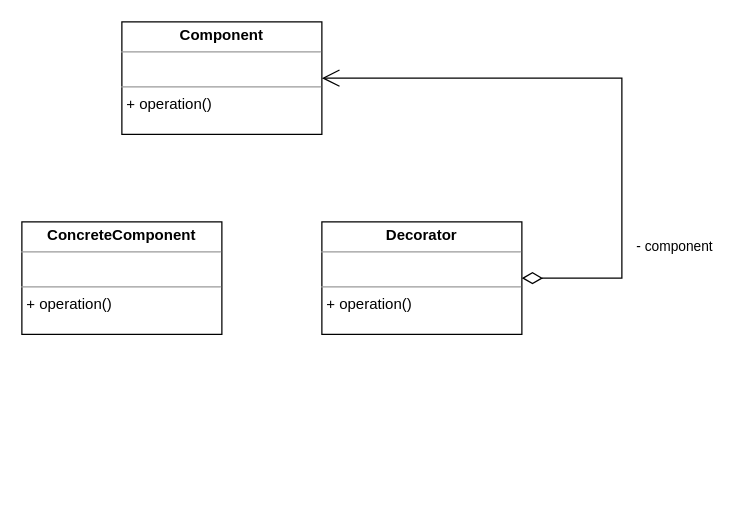
Before: 装饰模式.drawio in cxy-abing/designerMethod, a draw.io diagram. Source tidied: cells renumbered, new cells numbered last; positions are measured from the earlier drawing's top-left corner, leaving out a move shared by most shapes. Both pictures are drawn from the tidied source at 125%, with x=0, y=0 at pixel (21, 21).
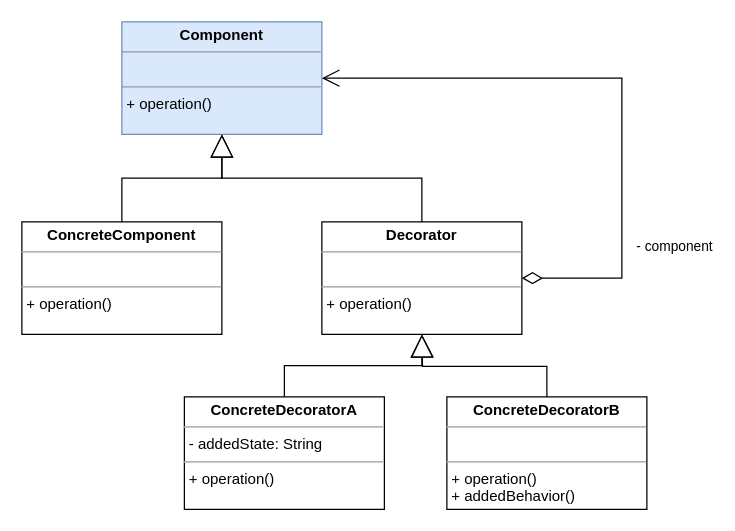
The same page after the edit.

Commit message (it also covers changes not shown here):
更新装饰模式.drawio

The edit, as a diff of the source:
```diff
@@
 <mxGraphModel>
   <root>
     <mxCell id="0" />
     <mxCell id="1" parent="0" />
-    <mxCell id="2" value="&lt;p style=&quot;margin:0px;margin-top:4px;text-align:center;&quot;&gt;&lt;b&gt;Component&lt;/b&gt;&lt;/p&gt;&lt;hr size=&quot;1&quot;&gt;&lt;p style=&quot;margin:0px;margin-left:4px;&quot;&gt;&lt;br&gt;&lt;/p&gt;&lt;hr size=&quot;1&quot;&gt;&lt;p style=&quot;margin:0px;margin-left:4px;&quot;&gt;+ operation()&lt;/p&gt;" style="verticalAlign=top;align=left;overflow=fill;fontSize=12;fontFamily=Helvetica;html=1;whiteSpace=wrap;" parent="1" vertex="1">
+    <mxCell id="2" value="&lt;p style=&quot;margin:0px;margin-top:4px;text-align:center;&quot;&gt;&lt;b&gt;Component&lt;/b&gt;&lt;/p&gt;&lt;hr size=&quot;1&quot;&gt;&lt;p style=&quot;margin:0px;margin-left:4px;&quot;&gt;&lt;br&gt;&lt;/p&gt;&lt;hr size=&quot;1&quot;&gt;&lt;p style=&quot;margin:0px;margin-left:4px;&quot;&gt;+ operation()&lt;/p&gt;" style="verticalAlign=top;align=left;overflow=fill;fontSize=12;fontFamily=Helvetica;html=1;whiteSpace=wrap;fillColor=#dae8fc;strokeColor=#6c8ebf;" parent="1" vertex="1">
       <mxGeometry x="80" width="160" height="90" as="geometry" />
     </mxCell>
     <mxCell id="3" value="&lt;p style=&quot;margin:0px;margin-top:4px;text-align:center;&quot;&gt;&lt;b&gt;ConcreteComponent&lt;/b&gt;&lt;/p&gt;&lt;hr size=&quot;1&quot;&gt;&lt;p style=&quot;margin:0px;margin-left:4px;&quot;&gt;&lt;br&gt;&lt;/p&gt;&lt;hr size=&quot;1&quot;&gt;&lt;p style=&quot;margin:0px;margin-left:4px;&quot;&gt;+ operation()&lt;/p&gt;" style="verticalAlign=top;align=left;overflow=fill;fontSize=12;fontFamily=Helvetica;html=1;whiteSpace=wrap;" parent="1" vertex="1">
       <mxGeometry y="160" width="160" height="90" as="geometry" />
     </mxCell>
     <mxCell id="4" value="&lt;p style=&quot;margin:0px;margin-top:4px;text-align:center;&quot;&gt;&lt;b&gt;Decorator&lt;/b&gt;&lt;/p&gt;&lt;hr size=&quot;1&quot;&gt;&lt;p style=&quot;margin:0px;margin-left:4px;&quot;&gt;&lt;br&gt;&lt;/p&gt;&lt;hr size=&quot;1&quot;&gt;&lt;p style=&quot;margin:0px;margin-left:4px;&quot;&gt;+ operation()&lt;/p&gt;" style="verticalAlign=top;align=left;overflow=fill;fontSize=12;fontFamily=Helvetica;html=1;whiteSpace=wrap;" parent="1" vertex="1">
       <mxGeometry x="240" y="160" width="160" height="90" as="geometry" />
     </mxCell>
     <mxCell id="5" value="- component" style="endArrow=open;html=1;endSize=12;startArrow=diamondThin;startSize=14;startFill=0;edgeStyle=orthogonalEdgeStyle;align=left;verticalAlign=bottom;rounded=0;exitX=1;exitY=0.5;exitDx=0;exitDy=0;entryX=1;entryY=0.5;entryDx=0;entryDy=0;" parent="1" edge="1" source="4" target="2">
       <mxGeometry x="-0.6" y="-10" relative="1" as="geometry">
         <Array as="points">
           <mxPoint x="480" y="205" />
           <mxPoint x="480" y="45" />
         </Array>
       </mxGeometry>
     </mxCell>
+    <mxCell id="6" style="endArrow=block;endSize=16;endFill=0;html=1;rounded=0;exitX=0.5;exitY=0;exitDx=0;exitDy=0;entryX=0.5;entryY=1;entryDx=0;entryDy=0;edgeStyle=orthogonalEdgeStyle;" parent="1" edge="1" source="3" target="2">
+      <mxGeometry relative="1" as="geometry" />
+    </mxCell>
+    <mxCell id="7" value="&lt;br&gt;" style="endArrow=block;endSize=16;endFill=0;html=1;rounded=0;exitX=0.5;exitY=0;exitDx=0;exitDy=0;entryX=0.5;entryY=1;entryDx=0;entryDy=0;edgeStyle=orthogonalEdgeStyle;" parent="1" edge="1" source="4" target="2">
+      <mxGeometry relative="1" as="geometry" />
+    </mxCell>
+    <mxCell id="8" value="&lt;p style=&quot;margin:0px;margin-top:4px;text-align:center;&quot;&gt;&lt;b&gt;ConcreteDecoratorA&lt;/b&gt;&lt;/p&gt;&lt;hr size=&quot;1&quot;&gt;&lt;p style=&quot;margin:0px;margin-left:4px;&quot;&gt;- addedState: String&lt;/p&gt;&lt;hr size=&quot;1&quot;&gt;&lt;p style=&quot;margin:0px;margin-left:4px;&quot;&gt;+ operation()&lt;/p&gt;" style="verticalAlign=top;align=left;overflow=fill;fontSize=12;fontFamily=Helvetica;html=1;whiteSpace=wrap;" parent="1" vertex="1">
+      <mxGeometry x="130" y="300" width="160" height="90" as="geometry" />
+    </mxCell>
+    <mxCell id="9" value="&lt;p style=&quot;margin:0px;margin-top:4px;text-align:center;&quot;&gt;&lt;b&gt;ConcreteDecoratorB&lt;/b&gt;&lt;/p&gt;&lt;hr size=&quot;1&quot;&gt;&lt;p style=&quot;margin:0px;margin-left:4px;&quot;&gt;&lt;br&gt;&lt;/p&gt;&lt;hr size=&quot;1&quot;&gt;&lt;p style=&quot;margin:0px;margin-left:4px;&quot;&gt;+ operation()&lt;/p&gt;&lt;p style=&quot;margin:0px;margin-left:4px;&quot;&gt;+ addedBehavior()&lt;/p&gt;" style="verticalAlign=top;align=left;overflow=fill;fontSize=12;fontFamily=Helvetica;html=1;whiteSpace=wrap;" parent="1" vertex="1">
+      <mxGeometry x="340" y="300" width="160" height="90" as="geometry" />
+    </mxCell>
+    <mxCell id="10" style="endArrow=block;endSize=16;endFill=0;html=1;rounded=0;exitX=0.5;exitY=0;exitDx=0;exitDy=0;entryX=0.5;entryY=1;entryDx=0;entryDy=0;edgeStyle=orthogonalEdgeStyle;" parent="1" edge="1" source="8" target="4">
+      <mxGeometry relative="1" as="geometry" />
+    </mxCell>
+    <mxCell id="11" style="endArrow=block;endSize=16;endFill=0;html=1;rounded=0;exitX=0.5;exitY=0;exitDx=0;exitDy=0;edgeStyle=orthogonalEdgeStyle;" parent="1" edge="1" source="9">
+      <mxGeometry relative="1" as="geometry">
+        <mxPoint x="320" y="250" as="targetPoint" />
+      </mxGeometry>
+    </mxCell>
   </root>
 </mxGraphModel>
```
